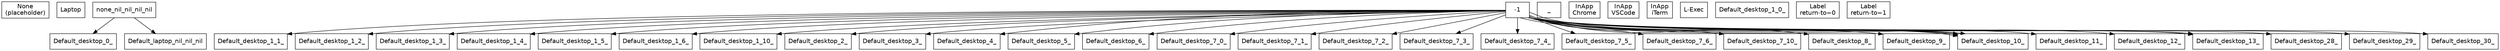
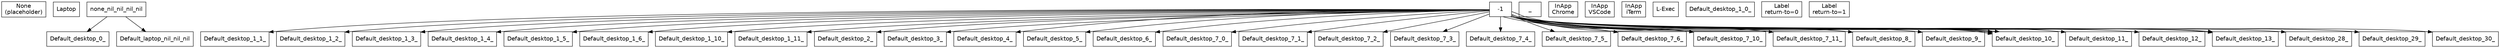
// State space visualization
// Generated by scripts/generate/states.bb
digraph states {
  rankdir=TB;
  node [shape=box, fontname="Helvetica"];

  // States
  None_nil_nil_nil_nil_nil [label="None\n(placeholder)"];
  Default_laptop_nil_nil_nil_nil [label="Laptop"];
  Default_desktop_0_-1_-1_Chrome [label="Normal\nChrome"];
  Default_desktop_0_-1_-1_VSCode [label="Normal\nVSCode"];
  Default_desktop_0_-1_-1_iTerm [label="Normal\niTerm"];
  Default_desktop_0_-1_-1_nil [label="Normal"];
  Default_desktop_1_0_-1_nil [label="Ins\nsubmode=0"];
  Default_desktop_1_1_-1_nil [label="Ins\nsubmode=1"];
  Default_desktop_1_2_-1_nil [label="Ins\nsubmode=2"];
  Default_desktop_1_3_-1_nil [label="Ins\nsubmode=3"];
  Default_desktop_1_4_-1_nil [label="Ins\nsubmode=4"];
  Default_desktop_1_5_-1_nil [label="Ins\nsubmode=5"];
  Default_desktop_1_6_-1_nil [label="Ins\nsubmode=6"];
  Default_desktop_1_10_-1_nil [label="Ins\nsubmode=10"];
+   Default_desktop_1_11_-1_nil [label="Ins\nsubmode=11"];
  Default_desktop_2_-1_-1_nil [label="Nav"];
  Default_desktop_3_-1_-1_nil [label="Chrome"];
  Default_desktop_4_-1_-1_nil [label="VSCode"];
  Default_desktop_5_-1_-1_nil [label="TMUX"];
  Default_desktop_6_-1_-1_nil [label="Comma"];
  Default_desktop_7_0_-1_nil [label="AltIns"];
  Default_desktop_7_1_-1_nil [label="AltIns"];
  Default_desktop_7_2_-1_nil [label="AltIns"];
  Default_desktop_7_3_-1_nil [label="AltIns"];
  Default_desktop_7_4_-1_nil [label="AltIns"];
  Default_desktop_7_5_-1_nil [label="AltIns"];
  Default_desktop_7_6_-1_nil [label="AltIns"];
  Default_desktop_7_10_-1_nil [label="AltIns"];
+   Default_desktop_7_11_-1_nil [label="AltIns"];
  Default_desktop_8_-1_-1_nil [label="Term"];
  Default_desktop_9_-1_-1_nil [label="Admin"];
  Default_desktop_10_-1_-1_Chrome [label="InApp\nChrome"];
  Default_desktop_10_-1_-1_VSCode [label="InApp\nVSCode"];
  Default_desktop_10_-1_-1_iTerm [label="InApp\niTerm"];
  Default_desktop_10_-1_-1_nil [label="InApp"];
  Default_desktop_11_-1_-1_nil [label="AppSwitcher"];
  Default_desktop_12_-1_-1_nil [label="WindowSwitcher"];
  Default_desktop_13_-1_0_nil [label="Label\nreturn-to=0"];
  Default_desktop_13_-1_1_nil [label="Label\nreturn-to=1"];
  Default_desktop_28_-1_-1_nil [label="Grid"];
  Default_desktop_29_-1_-1_nil [label="L-Entry"];
  Default_desktop_30_-1_-1_nil [label="L-Exec"];

  // Hierarchy edges (parent -> child)
  none_nil_nil_nil_nil -> Default_laptop_nil_nil_nil;
  none_nil_nil_nil_nil -> Default_desktop_0_-1_-1;





  Default_desktop_1_0_-1 -> Default_desktop_1_1_-1_nil;
  Default_desktop_1_0_-1 -> Default_desktop_1_2_-1_nil;
  Default_desktop_1_0_-1 -> Default_desktop_1_3_-1_nil;
  Default_desktop_1_0_-1 -> Default_desktop_1_4_-1_nil;
  Default_desktop_1_0_-1 -> Default_desktop_1_5_-1_nil;
  Default_desktop_1_0_-1 -> Default_desktop_1_6_-1_nil;
  Default_desktop_1_0_-1 -> Default_desktop_1_10_-1_nil;
+   Default_desktop_1_0_-1 -> Default_desktop_1_11_-1_nil;
  Default_desktop_0_-1_-1 -> Default_desktop_2_-1_-1_nil;
  Default_desktop_0_-1_-1 -> Default_desktop_3_-1_-1_nil;
  Default_desktop_0_-1_-1 -> Default_desktop_4_-1_-1_nil;
  Default_desktop_0_-1_-1 -> Default_desktop_5_-1_-1_nil;
  Default_desktop_0_-1_-1 -> Default_desktop_6_-1_-1_nil;
  Default_desktop_0_-1_-1 -> Default_desktop_7_0_-1_nil;
  Default_desktop_0_-1_-1 -> Default_desktop_7_1_-1_nil;
  Default_desktop_0_-1_-1 -> Default_desktop_7_2_-1_nil;
  Default_desktop_0_-1_-1 -> Default_desktop_7_3_-1_nil;
  Default_desktop_0_-1_-1 -> Default_desktop_7_4_-1_nil;
  Default_desktop_0_-1_-1 -> Default_desktop_7_5_-1_nil;
  Default_desktop_0_-1_-1 -> Default_desktop_7_6_-1_nil;
  Default_desktop_0_-1_-1 -> Default_desktop_7_10_-1_nil;
+   Default_desktop_0_-1_-1 -> Default_desktop_7_11_-1_nil;
  Default_desktop_0_-1_-1 -> Default_desktop_8_-1_-1_nil;
  Default_desktop_0_-1_-1 -> Default_desktop_9_-1_-1_nil;
  Default_desktop_0_-1_-1 -> Default_desktop_10_-1_-1_Chrome;
  Default_desktop_0_-1_-1 -> Default_desktop_10_-1_-1_VSCode;
  Default_desktop_0_-1_-1 -> Default_desktop_10_-1_-1_iTerm;
  Default_desktop_0_-1_-1 -> Default_desktop_10_-1_-1_nil;
  Default_desktop_0_-1_-1 -> Default_desktop_11_-1_-1_nil;
  Default_desktop_0_-1_-1 -> Default_desktop_12_-1_-1_nil;
  Default_desktop_0_-1_-1 -> Default_desktop_13_-1_0_nil;
  Default_desktop_0_-1_-1 -> Default_desktop_13_-1_1_nil;
  Default_desktop_0_-1_-1 -> Default_desktop_28_-1_-1_nil;
  Default_desktop_0_-1_-1 -> Default_desktop_29_-1_-1_nil;
  Default_desktop_0_-1_-1 -> Default_desktop_30_-1_-1_nil;
}
